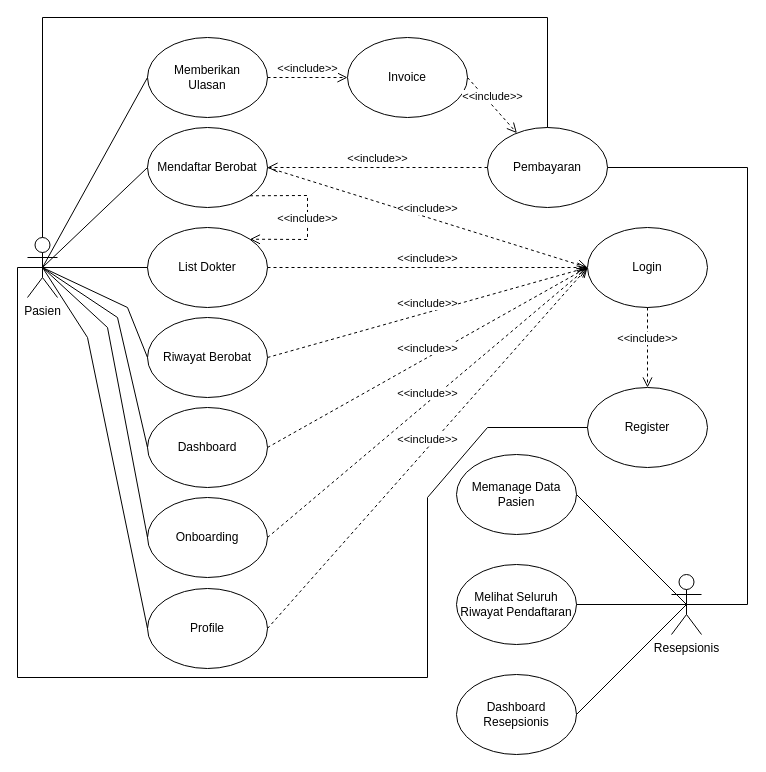
codernewbie04/MyDoc keeps this draw.io diagram as page "Page-1" (1 of 2) of documents/usecase_diagram.drawio. Above is the earlier version. Source tidied: cells renumbered, new cells numbered last; positions are measured from the earlier drawing's top-left corner, leaving out a move shared by most shapes. Both pictures are drawn from the tidied source at 100%, with x=0, y=0 at pixel (17, 17).
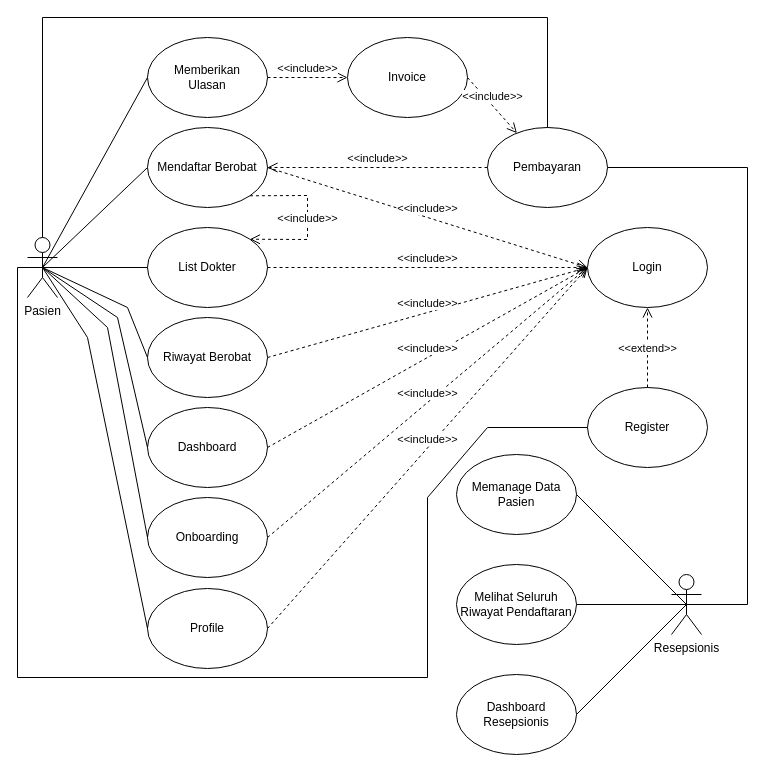
Above is the later version.

Unchanged cells that the change refers to:
```xml
<mxCell id="6" value="Login" style="ellipse;whiteSpace=wrap;html=1;" parent="1" vertex="1">
  <mxGeometry x="570" y="210" width="120" height="80" as="geometry" />
</mxCell>
<mxCell id="7" value="Register" style="ellipse;whiteSpace=wrap;html=1;" parent="1" vertex="1">
  <mxGeometry x="570" y="370" width="120" height="80" as="geometry" />
</mxCell>
```

What changed in the source:
```diff
@@
-    <mxCell id="15" value="&amp;lt;&amp;lt;include&amp;gt;&amp;gt;" style="html=1;verticalAlign=bottom;endArrow=open;dashed=1;endSize=8;rounded=0;exitX=0.5;exitY=1;exitDx=0;exitDy=0;entryX=0.5;entryY=0;entryDx=0;entryDy=0;" parent="1" edge="1" source="6" target="7">
-      <mxGeometry relative="1" as="geometry" />
+    <mxCell id="15" value="&amp;lt;&amp;lt;extend&amp;gt;&amp;gt;" style="html=1;verticalAlign=bottom;endArrow=open;dashed=1;endSize=8;rounded=0;entryX=0.5;entryY=1;entryDx=0;entryDy=0;exitX=0.5;exitY=0;exitDx=0;exitDy=0;" parent="1" edge="1" source="7" target="6">
+      <mxGeometry x="-0.25" relative="1" as="geometry" />
     </mxCell>
```
